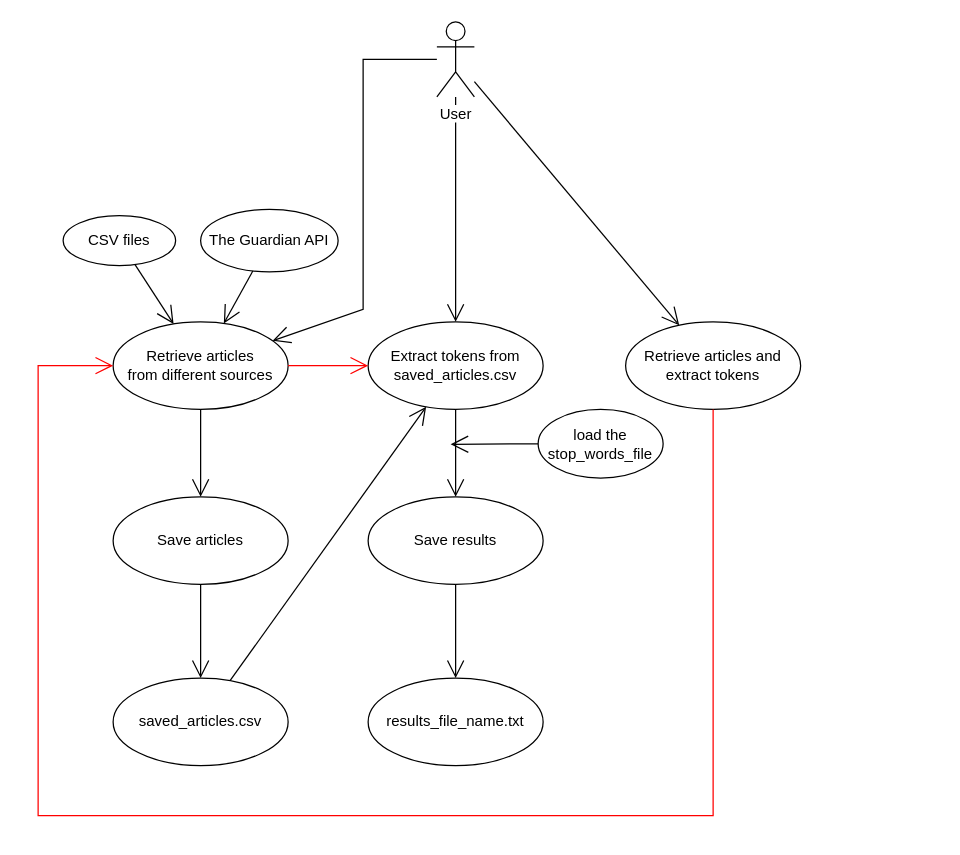
Above: documentation/use_case.drawio in GustavoFrittole/EisProject (draw.io), before the change. Source tidied: cells renumbered, new cells numbered last; positions are measured from the earlier drawing's top-left corner, leaving out a move shared by most shapes. Both pictures are drawn from the tidied source at 125%, with x=0, y=0 at pixel (38, 21).
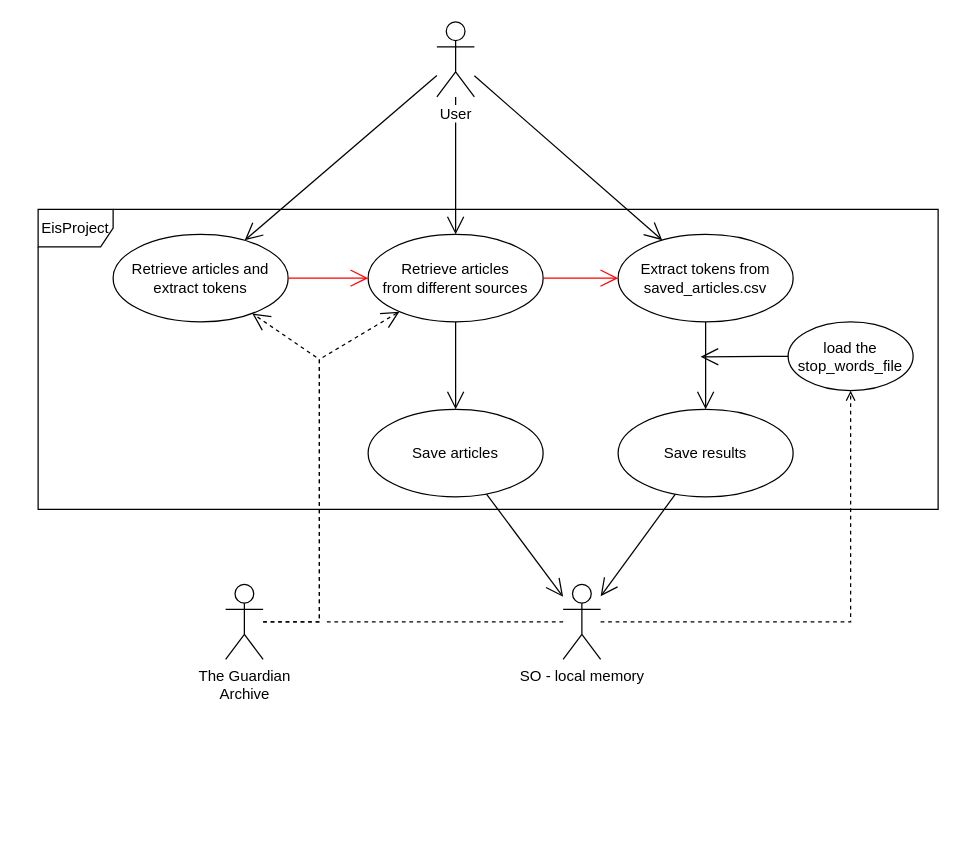
Above is the later version.

The change refers to these unchanged cells:
```xml
<mxCell id="20" value="User" style="shape=umlActor;verticalLabelPosition=bottom;verticalAlign=top;outlineConnect=0;html=1;labelBackgroundColor=default;" parent="1" vertex="1">
  <mxGeometry x="319" width="30" height="60" as="geometry" />
</mxCell>
```

Change to the diagram source:
```diff
@@
     <mxCell id="2" value="Retrieve articles&lt;br&gt;from different sources" style="ellipse;whiteSpace=wrap;html=1;" parent="1" vertex="1">
-      <mxGeometry x="60" y="240" width="140" height="70" as="geometry" />
+      <mxGeometry x="264" y="170" width="140" height="70" as="geometry" />
     </mxCell>
     <mxCell id="3" value="Extract tokens from saved_articles.csv" style="ellipse;whiteSpace=wrap;html=1;" parent="1" vertex="1">
-      <mxGeometry x="264" y="240" width="140" height="70" as="geometry" />
+      <mxGeometry x="464" y="170" width="140" height="70" as="geometry" />
     </mxCell>
     <mxCell id="4" value="Retrieve articles and extract tokens" style="ellipse;whiteSpace=wrap;html=1;" parent="1" vertex="1">
-      <mxGeometry x="470" y="240" width="140" height="70" as="geometry" />
+      <mxGeometry x="60" y="170" width="140" height="70" as="geometry" />
     </mxCell>
     <mxCell id="5" value="Save articles" style="ellipse;whiteSpace=wrap;html=1;" parent="1" vertex="1">
-      <mxGeometry x="60" y="380" width="140" height="70" as="geometry" />
+      <mxGeometry x="264" y="310" width="140" height="70" as="geometry" />
     </mxCell>
     <mxCell id="6" value="Save results" style="ellipse;whiteSpace=wrap;html=1;" parent="1" vertex="1">
-      <mxGeometry x="264" y="380" width="140" height="70" as="geometry" />
+      <mxGeometry x="464" y="310" width="140" height="70" as="geometry" />
     </mxCell>
-    <mxCell id="7" value="saved_articles.csv" style="ellipse;whiteSpace=wrap;html=1;" parent="1" vertex="1">
-      <mxGeometry x="60" y="525" width="140" height="70" as="geometry" />
-    </mxCell>
     <mxCell id="8" style="endArrow=open;endFill=1;endSize=12;html=1;rounded=0;" parent="1" edge="1" source="20" target="2">
-      <mxGeometry relative="1" as="geometry">
-        <Array as="points">
-          <mxPoint x="260" y="30" />
-          <mxPoint x="260" y="230" />
-        </Array>
-      </mxGeometry>
+      <mxGeometry relative="1" as="geometry" />
     </mxCell>
-    <mxCell id="9" style="endArrow=open;endFill=1;endSize=12;html=1;rounded=0;" parent="1" edge="1" source="5" target="7">
+    <mxCell id="9" style="endArrow=open;endFill=1;endSize=12;html=1;rounded=0;" parent="1" edge="1" source="5" target="26">
       <mxGeometry relative="1" as="geometry" />
     </mxCell>
@@
     <mxCell id="12" value="load the stop_words_file" style="ellipse;whiteSpace=wrap;html=1;" parent="1" vertex="1">
-      <mxGeometry x="400" y="310" width="100" height="55" as="geometry" />
+      <mxGeometry x="600" y="240" width="100" height="55" as="geometry" />
     </mxCell>
@@
-    <mxCell id="14" style="endArrow=open;endFill=1;endSize=12;html=1;rounded=0;" parent="1" edge="1" source="6" target="15">
+    <mxCell id="14" style="endArrow=open;endFill=1;endSize=12;html=1;rounded=0;" parent="1" edge="1" source="6" target="26">
       <mxGeometry relative="1" as="geometry" />
     </mxCell>
-    <mxCell id="15" value="results_file_name.txt" style="ellipse;whiteSpace=wrap;html=1;" parent="1" vertex="1">
-      <mxGeometry x="264" y="525" width="140" height="70" as="geometry" />
-    </mxCell>
@@
     <mxCell id="17" style="endArrow=open;endFill=1;endSize=12;html=1;rounded=0;strokeColor=#FF0000;" parent="1" edge="1" source="4" target="2">
-      <mxGeometry relative="1" as="geometry">
-        <Array as="points">
-          <mxPoint x="540" y="635" />
-          <mxPoint y="635" />
-          <mxPoint y="535" />
-          <mxPoint y="275" />
-        </Array>
-      </mxGeometry>
+      <mxGeometry relative="1" as="geometry" />
     </mxCell>
@@
     <mxCell id="19" style="endArrow=open;endFill=1;endSize=12;html=1;rounded=0;" parent="1" edge="1" source="12">
       <mxGeometry relative="1" as="geometry">
-        <mxPoint x="330" y="338" as="targetPoint" />
+        <mxPoint x="530" y="268" as="targetPoint" />
       </mxGeometry>
     </mxCell>
@@
-    <mxCell id="21" value="CSV files" style="ellipse;whiteSpace=wrap;html=1;" parent="1" vertex="1">
-      <mxGeometry x="20" y="155" width="90" height="40" as="geometry" />
-    </mxCell>
-    <mxCell id="22" value="The Guardian API" style="ellipse;whiteSpace=wrap;html=1;" parent="1" vertex="1">
-      <mxGeometry x="130" y="150" width="110" height="50" as="geometry" />
-    </mxCell>
-    <mxCell id="23" style="endArrow=open;endFill=1;endSize=12;html=1;rounded=0;" parent="1" edge="1" source="21" target="2">
-      <mxGeometry relative="1" as="geometry" />
-    </mxCell>
-    <mxCell id="24" style="endArrow=open;endFill=1;endSize=12;html=1;rounded=0;" parent="1" edge="1" source="22" target="2">
-      <mxGeometry relative="1" as="geometry" />
-    </mxCell>
-    <mxCell id="25" style="endArrow=open;endFill=1;endSize=12;html=1;rounded=0;" parent="1" edge="1" source="7" target="3">
-      <mxGeometry relative="1" as="geometry" />
-    </mxCell>
+    <mxCell id="26" value="SO - local memory" style="shape=umlActor;verticalLabelPosition=bottom;verticalAlign=top;html=1;" parent="1" vertex="1">
+      <mxGeometry x="420" y="450" width="30" height="60" as="geometry" />
+    </mxCell>
+    <mxCell id="27" value="The Guardian&lt;br&gt;Archive" style="shape=umlActor;verticalLabelPosition=bottom;verticalAlign=top;html=1;" parent="1" vertex="1">
+      <mxGeometry x="150" y="450" width="30" height="60" as="geometry" />
+    </mxCell>
+    <mxCell id="28" style="endArrow=open;endFill=1;html=1;rounded=0;dashed=1;" parent="1" edge="1" source="26" target="12">
+      <mxGeometry relative="1" as="geometry">
+        <Array as="points">
+          <mxPoint x="650" y="480" />
+        </Array>
+      </mxGeometry>
+    </mxCell>
+    <mxCell id="29" value="EisProject" style="shape=umlFrame;whiteSpace=wrap;html=1;shadow=0;fillColor=#FFFFFF;" parent="1" vertex="1">
+      <mxGeometry y="150" width="720" height="240" as="geometry" />
+    </mxCell>
+    <mxCell id="30" style="endArrow=open;endFill=1;endSize=12;html=1;rounded=0;dashed=1;" parent="1" edge="1" source="27" target="4">
+      <mxGeometry relative="1" as="geometry">
+        <Array as="points">
+          <mxPoint x="225" y="480" />
+          <mxPoint x="225" y="270" />
+        </Array>
+      </mxGeometry>
+    </mxCell>
+    <mxCell id="31" style="endArrow=open;endFill=1;endSize=12;html=1;rounded=0;dashed=1;" parent="1" edge="1" source="27" target="2">
+      <mxGeometry relative="1" as="geometry">
+        <Array as="points">
+          <mxPoint x="225" y="480" />
+          <mxPoint x="225" y="270" />
+        </Array>
+      </mxGeometry>
+    </mxCell>
+    <mxCell id="32" style="endArrow=none;endSize=12;dashed=1;html=1;rounded=0;endFill=0;" parent="1" edge="1" source="26">
+      <mxGeometry relative="1" as="geometry">
+        <mxPoint x="230" y="480" as="targetPoint" />
+      </mxGeometry>
+    </mxCell>
```
